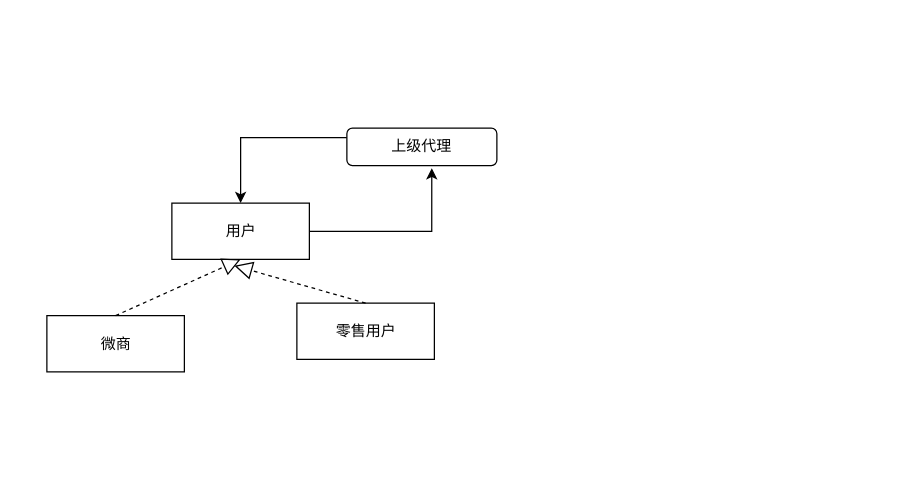
Above: 微商销售管理-小程序云.drawio in JefferNew/data2wisdom (draw.io), before the change. Source tidied: cells renumbered, new cells numbered last; positions are measured from the earlier drawing's top-left corner, leaving out a move shared by most shapes. Both pictures are drawn from the tidied source at 125%, with x=0, y=0 at pixel (46, 128).
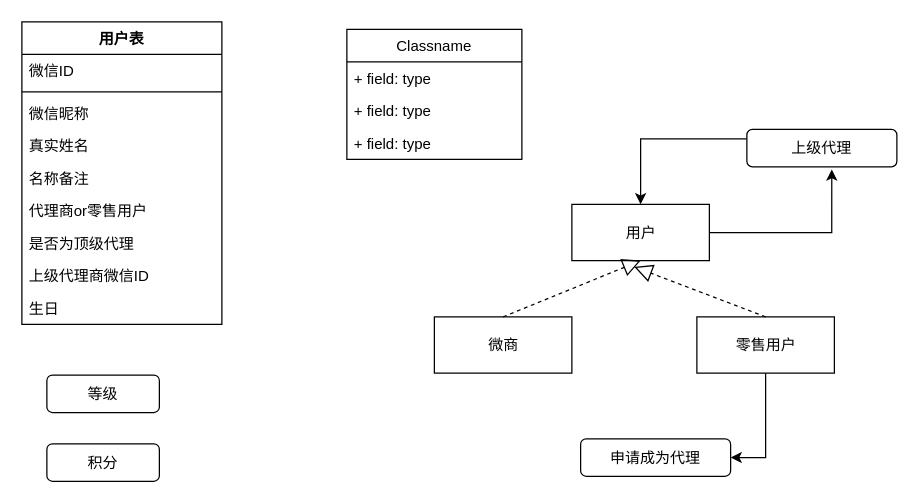
The same diagram, later.

Commit message (it also covers changes not shown here):
Update 微商销售管理-小程序云.drawio

The edit, as a diff of the source:
```diff
@@
     <mxCell id="3" value="用户" style="html=1;" parent="1" vertex="1">
-      <mxGeometry x="100" y="60" width="110" height="45" as="geometry" />
+      <mxGeometry x="420" y="61" width="110" height="45" as="geometry" />
     </mxCell>
     <mxCell id="4" value="微商" style="html=1;" parent="1" vertex="1">
-      <mxGeometry y="150" width="110" height="45" as="geometry" />
+      <mxGeometry x="310" y="151" width="110" height="45" as="geometry" />
     </mxCell>
+    <mxCell id="10" style="edgeStyle=orthogonalEdgeStyle;rounded=0;jettySize=auto;html=1;exitX=0.5;exitY=1;exitDx=0;exitDy=0;entryX=1;entryY=0.5;entryDx=0;entryDy=0;" parent="1" edge="1" source="5" target="13">
+      <mxGeometry relative="1" as="geometry" />
+    </mxCell>
     <mxCell id="5" value="零售用户" style="html=1;" parent="1" vertex="1">
-      <mxGeometry x="200" y="140" width="110" height="45" as="geometry" />
+      <mxGeometry x="520" y="151" width="110" height="45" as="geometry" />
     </mxCell>
@@
     <mxCell id="7" value="上级代理" style="rounded=1;whiteSpace=wrap;html=1;" parent="1" vertex="1">
-      <mxGeometry x="240" width="120" height="30" as="geometry" />
+      <mxGeometry x="560" y="1" width="120" height="30" as="geometry" />
     </mxCell>
@@
     <mxCell id="9" style="endArrow=block;dashed=1;endFill=0;endSize=12;html=1;exitX=0.5;exitY=0;exitDx=0;exitDy=0;" parent="1" edge="1" source="5">
       <mxGeometry relative="1" as="geometry">
-        <mxPoint x="150" y="110" as="targetPoint" />
+        <mxPoint x="470" y="111" as="targetPoint" />
       </mxGeometry>
     </mxCell>
+    <mxCell id="11" value="积分" style="rounded=1;whiteSpace=wrap;html=1;" parent="1" vertex="1">
+      <mxGeometry y="252.5" width="90" height="30" as="geometry" />
+    </mxCell>
+    <mxCell id="12" value="等级" style="rounded=1;whiteSpace=wrap;html=1;" parent="1" vertex="1">
+      <mxGeometry y="197.5" width="90" height="30" as="geometry" />
+    </mxCell>
+    <mxCell id="13" value="申请成为代理" style="rounded=1;whiteSpace=wrap;html=1;" parent="1" vertex="1">
+      <mxGeometry x="427" y="248.5" width="120" height="30" as="geometry" />
+    </mxCell>
+    <mxCell id="14" value="用户表" style="swimlane;fontStyle=1;align=center;verticalAlign=top;horizontal=1;startSize=26;" parent="1" vertex="1">
+      <mxGeometry x="-20" y="-85" width="160" height="242" as="geometry" />
+    </mxCell>
+    <mxCell id="15" value="微信ID" style="text;strokeColor=none;fillColor=none;align=left;verticalAlign=top;spacingLeft=4;spacingRight=4;overflow=hidden;" parent="14" vertex="1">
+      <mxGeometry y="26" width="160" height="26" as="geometry" />
+    </mxCell>
+    <mxCell id="16" style="line;strokeWidth=1;fillColor=none;align=left;verticalAlign=middle;spacingTop=-1;spacingLeft=3;spacingRight=3;labelPosition=right;" parent="14" vertex="1">
+      <mxGeometry y="52" width="160" height="8" as="geometry" />
+    </mxCell>
+    <mxCell id="17" value="微信昵称" style="text;strokeColor=none;fillColor=none;align=left;verticalAlign=top;spacingLeft=4;spacingRight=4;overflow=hidden;" parent="14" vertex="1">
+      <mxGeometry y="60" width="160" height="26" as="geometry" />
+    </mxCell>
+    <mxCell id="18" value="真实姓名" style="text;strokeColor=none;fillColor=none;align=left;verticalAlign=top;spacingLeft=4;spacingRight=4;overflow=hidden;" parent="14" vertex="1">
+      <mxGeometry y="86" width="160" height="26" as="geometry" />
+    </mxCell>
+    <mxCell id="19" value="名称备注" style="text;strokeColor=none;fillColor=none;align=left;verticalAlign=top;spacingLeft=4;spacingRight=4;overflow=hidden;" parent="14" vertex="1">
+      <mxGeometry y="112" width="160" height="26" as="geometry" />
+    </mxCell>
+    <mxCell id="20" value="代理商or零售用户" style="text;strokeColor=none;fillColor=none;align=left;verticalAlign=top;spacingLeft=4;spacingRight=4;overflow=hidden;" parent="14" vertex="1">
+      <mxGeometry y="138" width="160" height="26" as="geometry" />
+    </mxCell>
+    <mxCell id="21" value="是否为顶级代理" style="text;strokeColor=none;fillColor=none;align=left;verticalAlign=top;spacingLeft=4;spacingRight=4;overflow=hidden;" parent="14" vertex="1">
+      <mxGeometry y="164" width="160" height="26" as="geometry" />
+    </mxCell>
+    <mxCell id="22" value="上级代理商微信ID" style="text;strokeColor=none;fillColor=none;align=left;verticalAlign=top;spacingLeft=4;spacingRight=4;overflow=hidden;" parent="14" vertex="1">
+      <mxGeometry y="190" width="160" height="26" as="geometry" />
+    </mxCell>
+    <mxCell id="23" value="生日" style="text;strokeColor=none;fillColor=none;align=left;verticalAlign=top;spacingLeft=4;spacingRight=4;overflow=hidden;" parent="14" vertex="1">
+      <mxGeometry y="216" width="160" height="26" as="geometry" />
+    </mxCell>
+    <mxCell id="24" value="Classname" style="swimlane;fontStyle=0;horizontal=1;startSize=26;fillColor=none;" parent="1" vertex="1">
+      <mxGeometry x="240" y="-79" width="140" height="104" as="geometry" />
+    </mxCell>
+    <mxCell id="25" value="+ field: type" style="text;strokeColor=none;fillColor=none;align=left;verticalAlign=top;spacingLeft=4;spacingRight=4;overflow=hidden;" parent="24" vertex="1">
+      <mxGeometry y="26" width="140" height="26" as="geometry" />
+    </mxCell>
+    <mxCell id="26" value="+ field: type" style="text;strokeColor=none;fillColor=none;align=left;verticalAlign=top;spacingLeft=4;spacingRight=4;overflow=hidden;" parent="24" vertex="1">
+      <mxGeometry y="52" width="140" height="26" as="geometry" />
+    </mxCell>
+    <mxCell id="27" value="+ field: type" style="text;strokeColor=none;fillColor=none;align=left;verticalAlign=top;spacingLeft=4;spacingRight=4;overflow=hidden;" parent="24" vertex="1">
+      <mxGeometry y="78" width="140" height="26" as="geometry" />
+    </mxCell>
```
